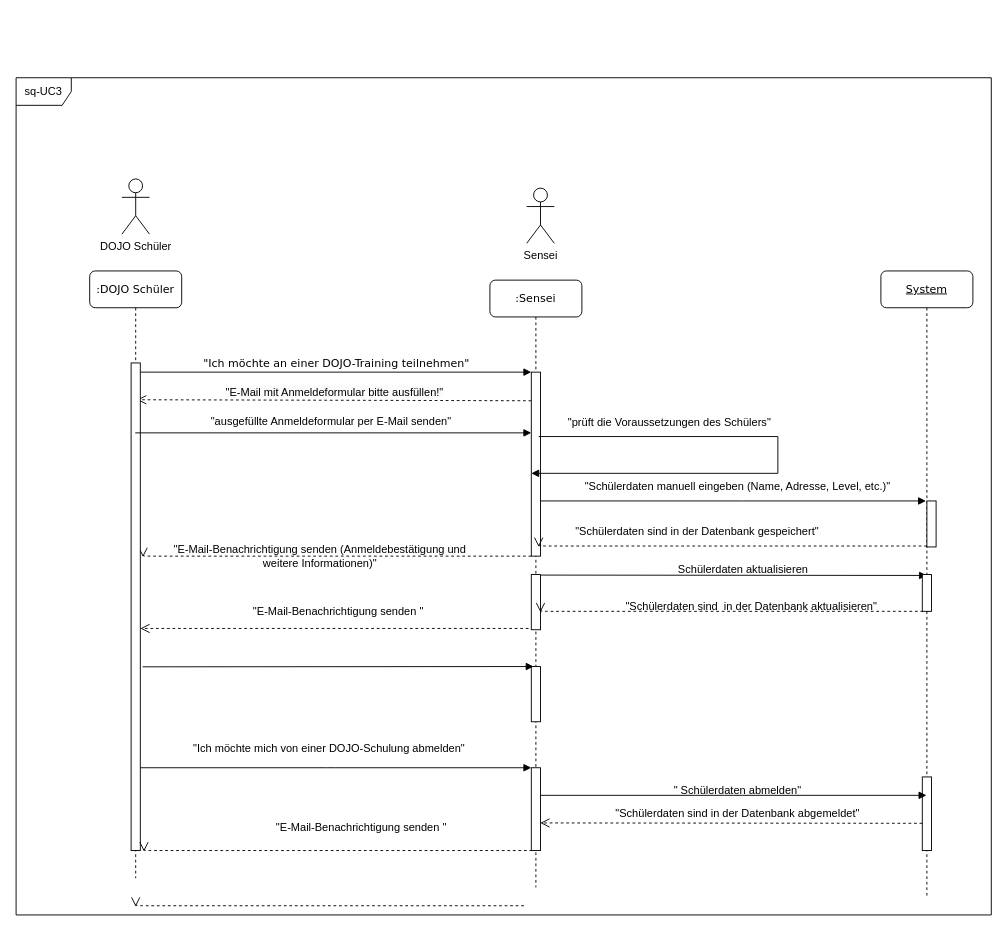
Earlier version of the draw.io diagram Sequence Diagramm Use Case 3 - Schüler verwalten.drawio (Mikomy/Softwaremanagement-1). Source tidied: cells renumbered, new cells numbered last; positions are measured from the earlier drawing's top-left corner, leaving out a move shared by most shapes. Both pictures are drawn from the tidied source at 92%, with x=0, y=0 at pixel (16, 77).
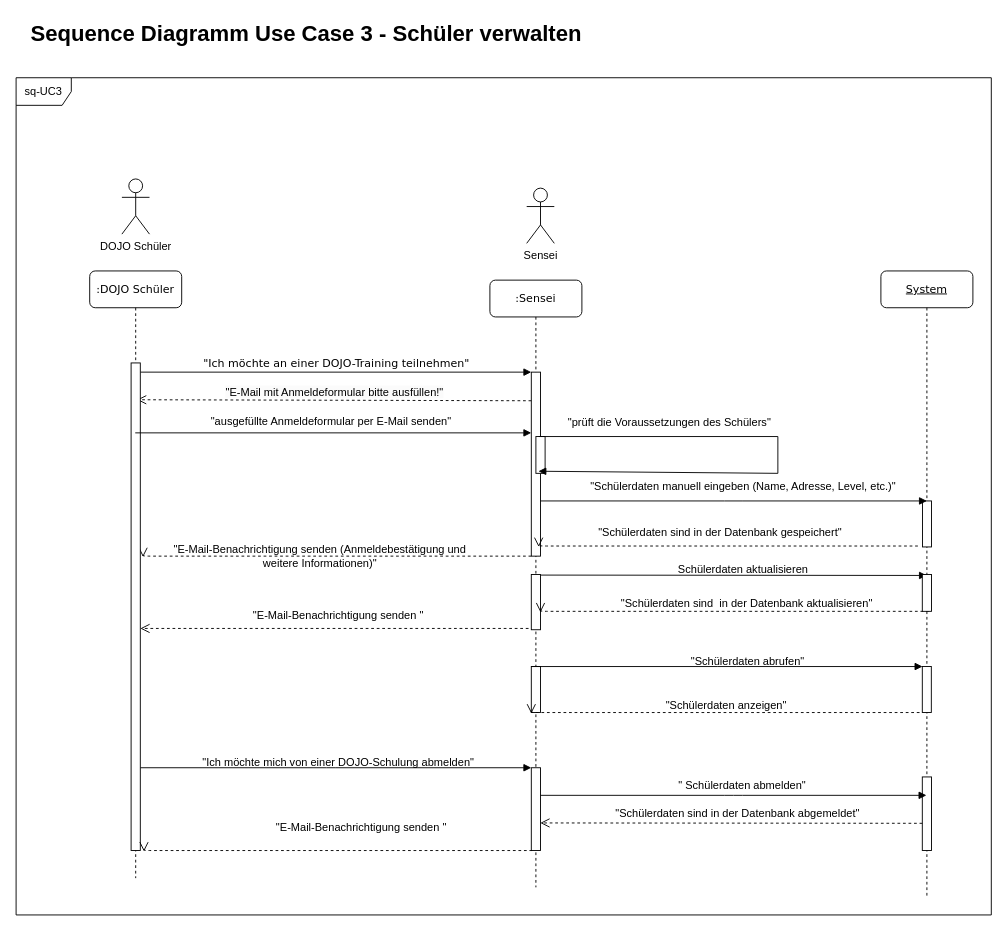
The same diagram, later.

Unchanged cells that the change refers to:
```xml
<mxCell id="2" value="&lt;u&gt;System&lt;/u&gt;" style="shape=umlLifeline;perimeter=lifelinePerimeter;whiteSpace=wrap;html=1;rounded=1;shadow=0;comic=0;labelBackgroundColor=none;strokeWidth=1;fontFamily=Verdana;fontSize=12;align=center;" parent="1" vertex="1">
  <mxGeometry x="940" y="210" width="100" height="680" as="geometry" />
</mxCell>
<mxCell id="4" style="group;" parent="1" vertex="1">
  <mxGeometry x="490" y="60" width="512" height="820" as="geometry" />
</mxCell>
<mxCell id="6" style="html=1;points=[];perimeter=orthogonalPerimeter;rounded=0;shadow=0;comic=0;labelBackgroundColor=none;strokeWidth=1;fontFamily=Verdana;fontSize=12;align=center;" parent="5" vertex="1">
  <mxGeometry x="45" y="100" width="10" height="200" as="geometry" />
</mxCell>
```

Diff of the diagram source:
```diff
@@
+    <mxCell id="49" style="html=1;perimeter=orthogonalPerimeter;rounded=0;shadow=0;comic=0;labelBackgroundColor=none;strokeWidth=1;fontFamily=Verdana;fontSize=12;align=center;" parent="2" vertex="1">
+      <mxGeometry x="45" y="430" width="9.8" height="50" as="geometry" />
+    </mxCell>
@@
     <mxCell id="10" style="group;" parent="4" vertex="1">
-      <mxGeometry x="130" y="480" width="328.8" height="50" as="geometry" />
+      <mxGeometry x="125" y="485" width="328.8" height="30" as="geometry" />
     </mxCell>
     <mxCell id="11" value="&quot;&lt;span style=&quot;background-color: initial;&quot;&gt;Schülerdaten sind&amp;nbsp; in der Datenbank&amp;nbsp;&lt;/span&gt;aktualisieren&lt;span style=&quot;background-color: initial;&quot;&gt;&quot;&lt;/span&gt;" style="text;html=1;align=center;verticalAlign=middle;strokeColor=none;fillColor=none;" parent="10" vertex="1">
-      <mxGeometry x="28.8" y="20" width="300" height="30" as="geometry" />
+      <mxGeometry x="28.8" y="12" width="300" height="30" as="geometry" />
     </mxCell>
@@
     <mxCell id="22" style="html=1;perimeter=orthogonalPerimeter;rounded=0;shadow=0;comic=0;labelBackgroundColor=none;strokeWidth=1;fontFamily=Verdana;fontSize=12;align=center;" parent="4" vertex="1">
-      <mxGeometry x="70" y="580" width="10" height="60" as="geometry" />
+      <mxGeometry x="70" y="580" width="10" height="50" as="geometry" />
     </mxCell>
@@
     <mxCell id="24" value="&quot; Schülerdaten abmelden&quot;" style="text;html=1;align=center;verticalAlign=middle;strokeColor=none;fillColor=none;" parent="4" vertex="1">
-      <mxGeometry x="214.4" y="700" width="160" height="30" as="geometry" />
+      <mxGeometry x="219.4" y="695" width="160" height="30" as="geometry" />
     </mxCell>
@@
+    <mxCell id="33" style="html=1;perimeter=orthogonalPerimeter;rounded=0;shadow=0;comic=0;labelBackgroundColor=none;strokeWidth=1;fontFamily=Verdana;fontSize=12;align=center;" parent="4" vertex="1">
+      <mxGeometry x="495.2" y="400" width="9.8" height="50" as="geometry" />
+    </mxCell>
+    <mxCell id="48" style="html=1;verticalAlign=bottom;endArrow=block;entryX=0;entryY=0;labelBackgroundColor=none;fontFamily=Verdana;fontSize=12;edgeStyle=elbowEdgeStyle;elbow=vertical;" parent="4" edge="1">
+      <mxGeometry relative="1" as="geometry">
+        <mxPoint x="70.2" y="580" as="sourcePoint" />
+        <mxPoint x="495.2" y="580" as="targetPoint" />
+      </mxGeometry>
+    </mxCell>
+    <mxCell id="50" value="&quot;Schülerdaten abrufen&quot;" style="text;html=1;align=center;verticalAlign=middle;strokeColor=none;fillColor=none;" parent="4" vertex="1">
+      <mxGeometry x="230" y="560" width="150" height="30" as="geometry" />
+    </mxCell>
+    <mxCell id="51" style="html=1;points=[];perimeter=orthogonalPerimeter;rounded=0;shadow=0;comic=0;labelBackgroundColor=none;strokeWidth=1;fontFamily=Verdana;fontSize=12;align=center;" parent="4" vertex="1">
+      <mxGeometry x="75" y="330" width="10" height="40" as="geometry" />
+    </mxCell>
@@
     <mxCell id="32" style="group;" parent="1" vertex="1">
-      <mxGeometry x="568" y="460" width="432" height="50" as="geometry" />
+      <mxGeometry x="568" y="460" width="422" height="50" as="geometry" />
     </mxCell>
-    <mxCell id="33" style="html=1;perimeter=orthogonalPerimeter;rounded=0;shadow=0;comic=0;labelBackgroundColor=none;strokeWidth=1;fontFamily=Verdana;fontSize=12;align=center;" parent="32" vertex="1">
-      <mxGeometry x="422" width="10" height="50" as="geometry" />
-    </mxCell>
     <mxCell id="34" style="html=1;verticalAlign=bottom;endArrow=block;labelBackgroundColor=none;fontFamily=Verdana;fontSize=12;edgeStyle=elbowEdgeStyle;elbow=vertical;" parent="32" edge="1">
       <mxGeometry relative="1" as="geometry">
         <mxPoint x="2" as="sourcePoint" />
-        <mxPoint x="421" as="targetPoint" />
+        <mxPoint x="422" as="targetPoint" />
       </mxGeometry>
     </mxCell>
     <mxCell id="35" style="html=1;verticalAlign=bottom;endArrow=open;dashed=1;endSize=8;labelBackgroundColor=none;fontFamily=Verdana;fontSize=12;edgeStyle=elbowEdgeStyle;elbow=vertical;entryX=0.8;entryY=0.352;entryDx=0;entryDy=0;entryPerimeter=0;" parent="32" edge="1">
       <mxGeometry relative="1" as="geometry">
-        <mxPoint x="422" y="49" as="sourcePoint" />
+        <mxPoint x="412.2" y="49" as="sourcePoint" />
         <mxPoint y="50" as="targetPoint" />
         <Array as="points">
-          <mxPoint x="367" y="49" />
-          <mxPoint x="397" y="49" />
+          <mxPoint x="358.5" y="49" />
+          <mxPoint x="387.8" y="49" />
         </Array>
       </mxGeometry>
     </mxCell>
     <mxCell id="36" value="&lt;p class=&quot;MsoNormal&quot;&gt;&quot;Schülerdaten manuell eingeben (Name, Adresse, Level, etc.)&quot;&lt;/p&gt;" style="text;html=1;align=center;verticalAlign=middle;strokeColor=none;fillColor=none;" parent="32" vertex="1">
-      <mxGeometry x="36" y="-40" width="360" height="50" as="geometry" />
+      <mxGeometry x="42" y="-40" width="360" height="50" as="geometry" />
     </mxCell>
+    <mxCell id="40" value="&quot;&lt;span style=&quot;background-color: initial;&quot;&gt;Schülerdaten sind in der Datenbank ge&lt;/span&gt;speichert&lt;span style=&quot;background-color: initial;&quot;&gt;&quot;&lt;/span&gt;" style="text;html=1;align=center;verticalAlign=middle;strokeColor=none;fillColor=none;" parent="32" vertex="1">
+      <mxGeometry x="52" y="20" width="290" height="30" as="geometry" />
+    </mxCell>
@@
-    <mxCell id="40" value="&quot;&lt;span style=&quot;background-color: initial;&quot;&gt;Schülerdaten sind in der Datenbank ge&lt;/span&gt;speichert&lt;span style=&quot;background-color: initial;&quot;&gt;&quot;&lt;/span&gt;" style="text;html=1;align=center;verticalAlign=middle;strokeColor=none;fillColor=none;" parent="1" vertex="1">
-      <mxGeometry x="595" y="478" width="290" height="30" as="geometry" />
-    </mxCell>
@@
     <mxCell id="42" value="&quot;&lt;span style=&quot;background-color: initial;&quot;&gt;E-Mail-Benachrichtigung senden &lt;/span&gt;&lt;span style=&quot;background-color: initial;&quot;&gt;&quot;&lt;/span&gt;" style="text;html=1;align=center;verticalAlign=middle;strokeColor=none;fillColor=none;" parent="1" vertex="1">
-      <mxGeometry x="245" y="565" width="210" height="30" as="geometry" />
+      <mxGeometry x="245" y="570" width="210" height="30" as="geometry" />
     </mxCell>
     <mxCell id="43" style="html=1;verticalAlign=bottom;endArrow=open;dashed=1;endSize=8;labelBackgroundColor=none;fontFamily=Verdana;fontSize=12;edgeStyle=elbowEdgeStyle;elbow=vertical;entryX=0.8;entryY=0.352;entryDx=0;entryDy=0;entryPerimeter=0;" parent="1" edge="1">
       <mxGeometry relative="1" as="geometry">
-        <mxPoint x="552" y="900" as="sourcePoint" />
-        <mxPoint x="130" y="901" as="targetPoint" />
+        <mxPoint x="982" y="690" as="sourcePoint" />
+        <mxPoint x="560" y="691" as="targetPoint" />
         <Array as="points">
-          <mxPoint x="497" y="900" />
-          <mxPoint x="527" y="900" />
+          <mxPoint x="927" y="690" />
+          <mxPoint x="957" y="690" />
         </Array>
       </mxGeometry>
     </mxCell>
     <mxCell id="44" value="&quot;Ich möchte mich von einer DOJO-Schulung abmelden&quot;" style="text;html=1;align=center;verticalAlign=middle;strokeColor=none;fillColor=none;" parent="1" vertex="1">
-      <mxGeometry x="180" y="714" width="320" height="30" as="geometry" />
+      <mxGeometry x="190" y="730" width="320" height="30" as="geometry" />
     </mxCell>
-    <mxCell id="45" style="html=1;verticalAlign=bottom;labelBackgroundColor=none;endArrow=block;endFill=1;rounded=0;entryX=0;entryY=0.55;entryDx=0;entryDy=0;entryPerimeter=0;" parent="1" edge="1" target="6">
+    <mxCell id="45" style="html=1;verticalAlign=bottom;labelBackgroundColor=none;endArrow=block;endFill=1;rounded=0;entryX=0.276;entryY=0.943;entryDx=0;entryDy=0;entryPerimeter=0;" parent="1" edge="1" target="51">
       <mxGeometry relative="1" as="geometry">
         <mxPoint x="568" y="390" as="sourcePoint" />
         <Array as="points">
           <mxPoint x="828" y="390" />
           <mxPoint x="828" y="430" />
         </Array>
       </mxGeometry>
     </mxCell>
@@
-    <mxCell id="48" style="html=1;verticalAlign=bottom;endArrow=block;entryX=0;entryY=0;labelBackgroundColor=none;fontFamily=Verdana;fontSize=12;edgeStyle=elbowEdgeStyle;elbow=vertical;" parent="1" edge="1">
-      <mxGeometry relative="1" as="geometry">
-        <mxPoint x="137.5" y="640.3" as="sourcePoint" />
-        <mxPoint x="562.5" y="640.3" as="targetPoint" />
-      </mxGeometry>
-    </mxCell>
+    <mxCell id="52" value="&amp;nbsp;&quot;Schülerdaten anzeigen&quot;" style="text;html=1;align=center;verticalAlign=middle;strokeColor=none;fillColor=none;" parent="1" vertex="1">
+      <mxGeometry x="690" y="668" width="160" height="30" as="geometry" />
+    </mxCell>
+    <mxCell id="53" value="&lt;b&gt;&lt;font style=&quot;font-size: 24px;&quot;&gt;Sequence Diagramm Use Case 3 - Schüler verwalten&lt;/font&gt;&lt;/b&gt;" style="text;html=1;align=center;verticalAlign=middle;strokeColor=none;fillColor=none;" parent="1" vertex="1">
+      <mxGeometry x="5" y="-67" width="620" height="40" as="geometry" />
+    </mxCell>
```
